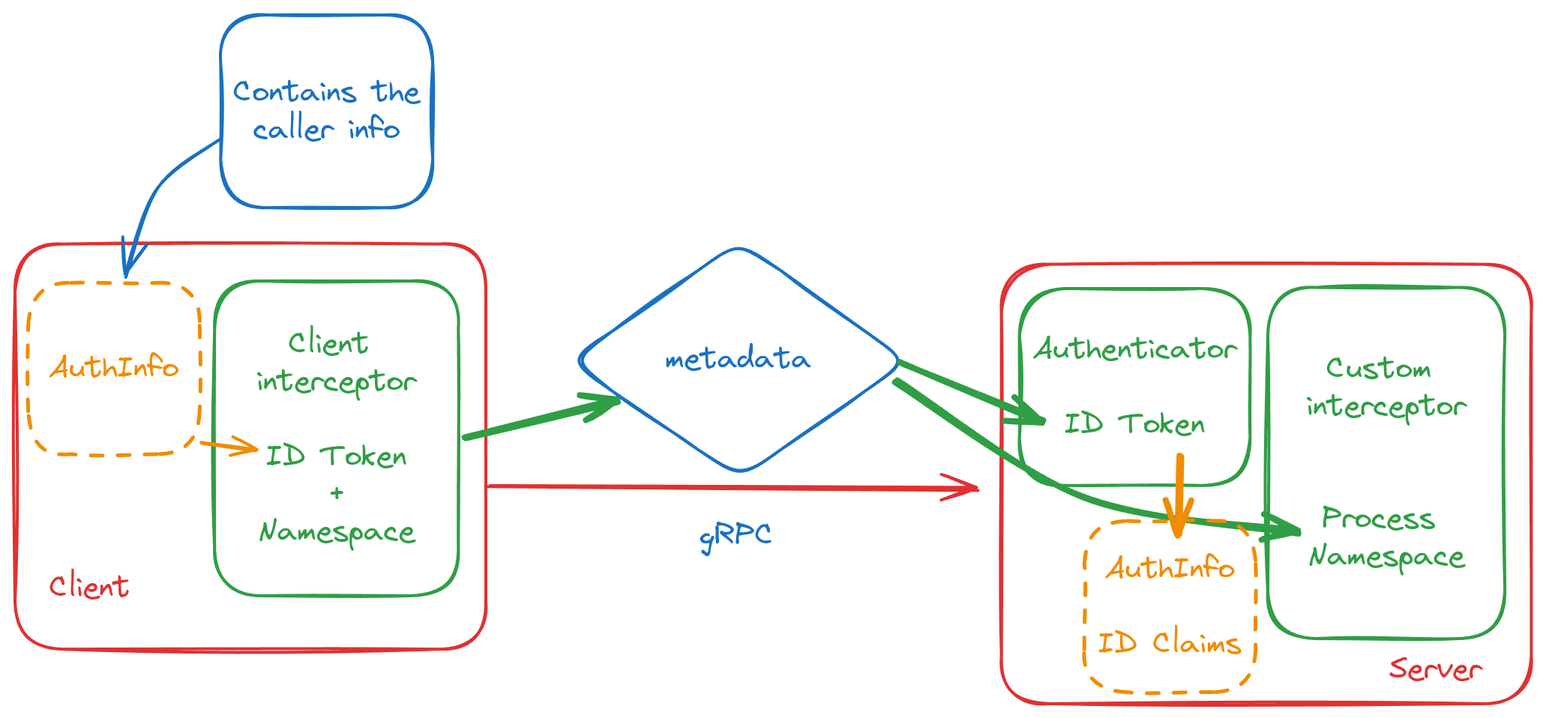
Earlier version of the Excalidraw export assets/custom-authentication-example.png (grafana/authlib). Source tidied: one line per element, renumbered; positions are measured from the earlier drawing's top-left corner, leaving out a move shared by most shapes. Its diagram source:
```json
{"id": 0, "type": "rectangle", "strokeColor": "#e03131", "strokeWidth": 2, "roughness": 1, "round": true, "x": 0, "y": 153, "width": 314, "height": 270}
{"id": 1, "type": "rectangle", "strokeColor": "#2f9e44", "strokeWidth": 2, "roughness": 1, "round": true, "x": 133, "y": 177, "width": 163, "height": 210}
{"id": 2, "type": "text", "text": "Client \ninterceptor\n\nID Token\n+\nNamespace", "strokeColor": "#2f9e44", "strokeWidth": 2, "roughness": 1, "fontSize": 20, "fontFamily": 1, "textAlign": "center", "verticalAlign": "middle", "inside": 1, "x": 160, "y": 207, "width": 108, "height": 150}
{"id": 3, "type": "rectangle", "strokeColor": "#f08c00", "strokeWidth": 2, "strokeStyle": "dashed", "roughness": 1, "round": true, "x": 9, "y": 179, "width": 114, "height": 114}
{"id": 4, "type": "text", "text": "AuthInfo", "strokeColor": "#f08c00", "strokeWidth": 2, "strokeStyle": "dashed", "roughness": 1, "fontSize": 20, "fontFamily": 1, "textAlign": "center", "verticalAlign": "middle", "inside": 3, "x": 22, "y": 223, "width": 88, "height": 25}
{"id": 5, "type": "arrow", "strokeColor": "#f08c00", "strokeWidth": 2, "roughness": 1, "endArrowhead": "arrow", "round": true, "from": 3, "to": 1, "x": 124, "y": 286, "width": 37, "height": 4, "points": [[0, 0], [37, 4]]}
{"id": 6, "type": "arrow", "strokeColor": "#e03131", "strokeWidth": 2, "roughness": 1, "endArrowhead": "arrow", "round": true, "x": 316, "y": 314, "width": 327, "height": 3, "points": [[0, 0], [327, 3]]}
{"id": 7, "type": "diamond", "strokeColor": "#1971c2", "strokeWidth": 2, "roughness": 1, "round": true, "x": 370, "y": 151, "width": 225, "height": 159}
{"id": 8, "type": "text", "text": "metadata", "strokeColor": "#1971c2", "strokeWidth": 2, "roughness": 1, "fontSize": 20, "fontFamily": 1, "textAlign": "center", "verticalAlign": "middle", "inside": 7, "x": 433, "y": 218, "width": 98, "height": 25}
{"id": 9, "type": "text", "text": "Client", "strokeColor": "#e03131", "strokeWidth": 2, "roughness": 1, "fontSize": 20, "fontFamily": 1, "x": 23, "y": 370, "width": 54, "height": 25}
{"id": 10, "type": "rectangle", "strokeColor": "#e03131", "strokeWidth": 2, "roughness": 1, "round": true, "x": 658, "y": 166, "width": 353, "height": 293}
{"id": 11, "type": "rectangle", "strokeColor": "#2f9e44", "strokeWidth": 2, "roughness": 1, "round": true, "x": 670, "y": 182, "width": 154, "height": 131}
{"id": 12, "type": "text", "text": "Authenticator\n\nID Token", "strokeColor": "#2f9e44", "strokeWidth": 2, "roughness": 1, "fontSize": 20, "fontFamily": 1, "textAlign": "center", "verticalAlign": "middle", "inside": 11, "x": 678, "y": 211, "width": 137, "height": 75}
{"id": 13, "type": "text", "text": "Server", "strokeColor": "#e03131", "strokeWidth": 2, "roughness": 1, "fontSize": 20, "fontFamily": 1, "x": 917, "y": 424, "width": 63, "height": 25}
{"id": 14, "type": "arrow", "strokeColor": "#2f9e44", "strokeWidth": 4, "roughness": 1, "endArrowhead": "arrow", "round": true, "from": 1, "to": 7, "x": 300, "y": 281, "width": 102, "height": 24, "points": [[0, 0], [102, -24]]}
{"id": 15, "type": "arrow", "strokeColor": "#2f9e44", "strokeWidth": 4, "roughness": 1, "endArrowhead": "arrow", "round": true, "from": 7, "to": 11, "x": 590, "y": 232, "width": 95, "height": 39, "points": [[0, 0], [95, 39]]}
{"id": 16, "type": "text", "text": "gRPC", "strokeColor": "#1971c2", "strokeWidth": 4, "roughness": 1, "fontSize": 20, "fontFamily": 1, "x": 457, "y": 335, "width": 50, "height": 25}
{"id": 17, "type": "arrow", "strokeColor": "#1971c2", "strokeWidth": 2, "roughness": 1, "endArrowhead": "arrow", "round": true, "from": 18, "x": 136, "y": 84, "width": 63, "height": 91, "points": [[0, 0], [-41, 32], [-63, 91]]}
{"id": 18, "type": "rectangle", "strokeColor": "#1971c2", "strokeWidth": 2, "roughness": 1, "round": true, "x": 137, "y": 0, "width": 141, "height": 129}
{"id": 19, "type": "text", "text": "Contains the\ncaller info", "strokeColor": "#1971c2", "strokeWidth": 2, "roughness": 1, "fontSize": 20, "fontFamily": 1, "textAlign": "center", "verticalAlign": "middle", "inside": 18, "x": 145, "y": 39, "width": 126, "height": 50}
{"id": 20, "type": "rectangle", "strokeColor": "#2f9e44", "strokeWidth": 2, "roughness": 1, "round": true, "x": 835, "y": 182, "width": 158, "height": 234}
{"id": 21, "type": "text", "text": "Custom \ninterceptor\n\n\nProcess \nNamespace", "strokeColor": "#2f9e44", "strokeWidth": 2, "roughness": 1, "fontSize": 20, "fontFamily": 1, "textAlign": "center", "verticalAlign": "middle", "inside": 20, "x": 861, "y": 224, "width": 108, "height": 150}
{"id": 22, "type": "arrow", "strokeColor": "#2f9e44", "strokeWidth": 4, "roughness": 1, "endArrowhead": "arrow", "round": true, "from": 7, "to": 20, "x": 588, "y": 245, "width": 267, "height": 100, "points": [[0, 0], [125, 76], [267, 100]]}
{"id": 23, "type": "rectangle", "strokeColor": "#f08c00", "strokeWidth": 2, "strokeStyle": "dashed", "roughness": 1, "round": true, "x": 713, "y": 337, "width": 114, "height": 114}
{"id": 24, "type": "text", "text": "AuthInfo\n\nID Claims", "strokeColor": "#f08c00", "strokeWidth": 2, "strokeStyle": "dashed", "roughness": 1, "fontSize": 20, "fontFamily": 1, "textAlign": "center", "verticalAlign": "middle", "inside": 23, "x": 722, "y": 357, "width": 96, "height": 75}
{"id": 25, "type": "arrow", "strokeColor": "#f08c00", "strokeWidth": 4, "roughness": 1, "endArrowhead": "arrow", "round": true, "from": 11, "to": 23, "x": 777, "y": 294, "width": 1, "height": 53, "points": [[0, 0], [-1, 53]]}
```
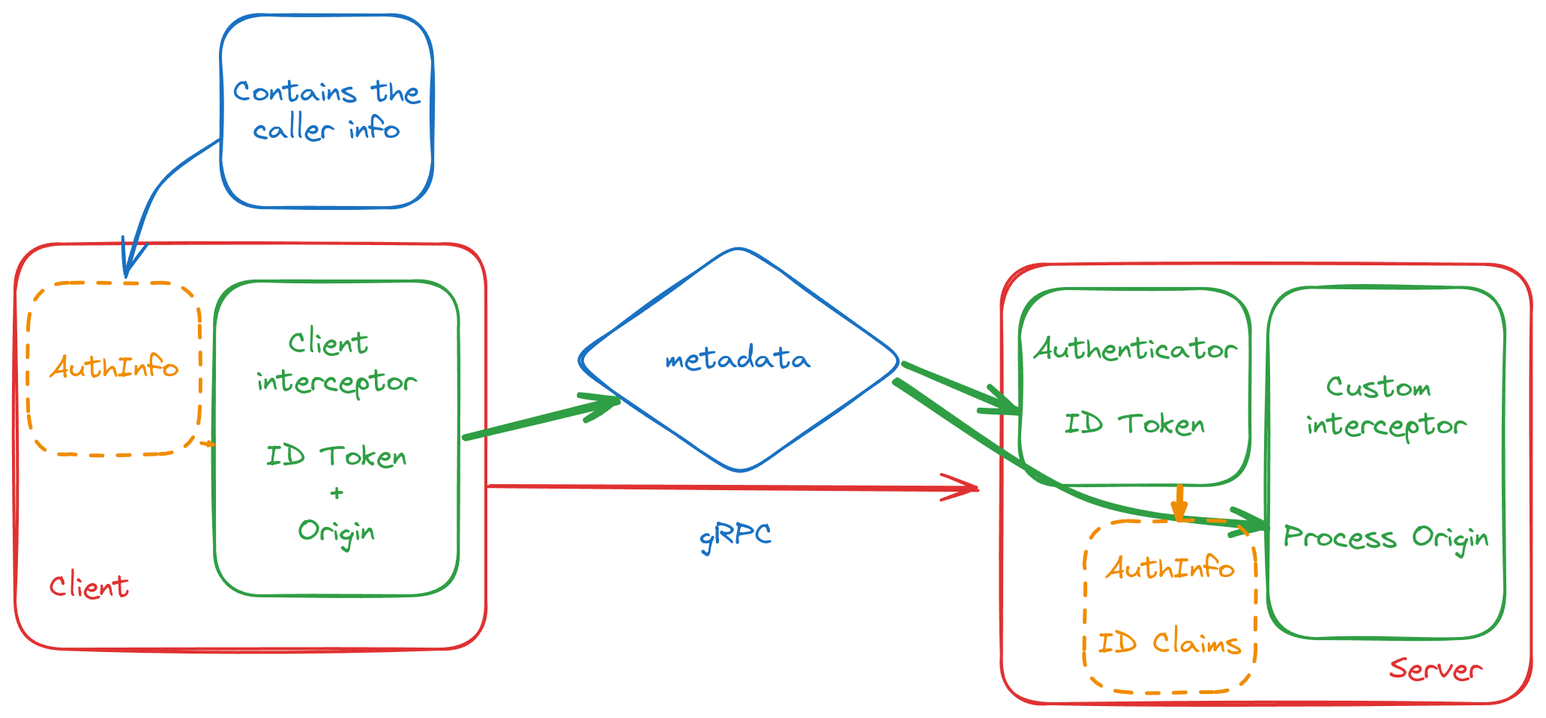
Above is the later version.

Commit message:
Update README and examples to work with Namespace

The edit, as a diff of the source:
```diff
@@ -1,9 +1,9 @@
 {"id": 0, "type": "rectangle", "strokeColor": "#e03131", "strokeWidth": 2, "roughness": 1, "round": true, "x": 0, "y": 153, "width": 314, "height": 270}
 {"id": 1, "type": "rectangle", "strokeColor": "#2f9e44", "strokeWidth": 2, "roughness": 1, "round": true, "x": 133, "y": 177, "width": 163, "height": 210}
-{"id": 2, "type": "text", "text": "Client \ninterceptor\n\nID Token\n+\nNamespace", "strokeColor": "#2f9e44", "strokeWidth": 2, "roughness": 1, "fontSize": 20, "fontFamily": 1, "textAlign": "center", "verticalAlign": "middle", "inside": 1, "x": 160, "y": 207, "width": 108, "height": 150}
+{"id": 2, "type": "text", "text": "Client \ninterceptor\n\nID Token\n+\nOrigin", "strokeColor": "#2f9e44", "strokeWidth": 2, "roughness": 1, "fontSize": 20, "fontFamily": 1, "textAlign": "center", "verticalAlign": "middle", "inside": 1, "x": 160, "y": 207, "width": 108, "height": 150}
 {"id": 3, "type": "rectangle", "strokeColor": "#f08c00", "strokeWidth": 2, "strokeStyle": "dashed", "roughness": 1, "round": true, "x": 9, "y": 179, "width": 114, "height": 114}
 {"id": 4, "type": "text", "text": "AuthInfo", "strokeColor": "#f08c00", "strokeWidth": 2, "strokeStyle": "dashed", "roughness": 1, "fontSize": 20, "fontFamily": 1, "textAlign": "center", "verticalAlign": "middle", "inside": 3, "x": 22, "y": 223, "width": 88, "height": 25}
-{"id": 5, "type": "arrow", "strokeColor": "#f08c00", "strokeWidth": 2, "roughness": 1, "endArrowhead": "arrow", "round": true, "from": 3, "to": 1, "x": 124, "y": 286, "width": 37, "height": 4, "points": [[0, 0], [37, 4]]}
+{"id": 5, "type": "arrow", "strokeColor": "#f08c00", "strokeWidth": 2, "roughness": 1, "endArrowhead": "arrow", "round": true, "from": 3, "to": 1, "x": 124, "y": 286, "width": 8, "height": 1, "points": [[0, 0], [8, 1]]}
 {"id": 6, "type": "arrow", "strokeColor": "#e03131", "strokeWidth": 2, "roughness": 1, "endArrowhead": "arrow", "round": true, "x": 316, "y": 314, "width": 327, "height": 3, "points": [[0, 0], [327, 3]]}
 {"id": 7, "type": "diamond", "strokeColor": "#1971c2", "strokeWidth": 2, "roughness": 1, "round": true, "x": 370, "y": 151, "width": 225, "height": 159}
 {"id": 8, "type": "text", "text": "metadata", "strokeColor": "#1971c2", "strokeWidth": 2, "roughness": 1, "fontSize": 20, "fontFamily": 1, "textAlign": "center", "verticalAlign": "middle", "inside": 7, "x": 433, "y": 218, "width": 98, "height": 25}
@@ -13,14 +13,14 @@
 {"id": 12, "type": "text", "text": "Authenticator\n\nID Token", "strokeColor": "#2f9e44", "strokeWidth": 2, "roughness": 1, "fontSize": 20, "fontFamily": 1, "textAlign": "center", "verticalAlign": "middle", "inside": 11, "x": 678, "y": 211, "width": 137, "height": 75}
 {"id": 13, "type": "text", "text": "Server", "strokeColor": "#e03131", "strokeWidth": 2, "roughness": 1, "fontSize": 20, "fontFamily": 1, "x": 917, "y": 424, "width": 63, "height": 25}
 {"id": 14, "type": "arrow", "strokeColor": "#2f9e44", "strokeWidth": 4, "roughness": 1, "endArrowhead": "arrow", "round": true, "from": 1, "to": 7, "x": 300, "y": 281, "width": 102, "height": 24, "points": [[0, 0], [102, -24]]}
-{"id": 15, "type": "arrow", "strokeColor": "#2f9e44", "strokeWidth": 4, "roughness": 1, "endArrowhead": "arrow", "round": true, "from": 7, "to": 11, "x": 590, "y": 232, "width": 95, "height": 39, "points": [[0, 0], [95, 39]]}
+{"id": 15, "type": "arrow", "strokeColor": "#2f9e44", "strokeWidth": 4, "roughness": 1, "endArrowhead": "arrow", "round": true, "from": 7, "to": 11, "x": 593, "y": 233, "width": 76, "height": 31, "points": [[0, 0], [76, 31]]}
 {"id": 16, "type": "text", "text": "gRPC", "strokeColor": "#1971c2", "strokeWidth": 4, "roughness": 1, "fontSize": 20, "fontFamily": 1, "x": 457, "y": 335, "width": 50, "height": 25}
 {"id": 17, "type": "arrow", "strokeColor": "#1971c2", "strokeWidth": 2, "roughness": 1, "endArrowhead": "arrow", "round": true, "from": 18, "x": 136, "y": 84, "width": 63, "height": 91, "points": [[0, 0], [-41, 32], [-63, 91]]}
 {"id": 18, "type": "rectangle", "strokeColor": "#1971c2", "strokeWidth": 2, "roughness": 1, "round": true, "x": 137, "y": 0, "width": 141, "height": 129}
 {"id": 19, "type": "text", "text": "Contains the\ncaller info", "strokeColor": "#1971c2", "strokeWidth": 2, "roughness": 1, "fontSize": 20, "fontFamily": 1, "textAlign": "center", "verticalAlign": "middle", "inside": 18, "x": 145, "y": 39, "width": 126, "height": 50}
 {"id": 20, "type": "rectangle", "strokeColor": "#2f9e44", "strokeWidth": 2, "roughness": 1, "round": true, "x": 835, "y": 182, "width": 158, "height": 234}
-{"id": 21, "type": "text", "text": "Custom \ninterceptor\n\n\nProcess \nNamespace", "strokeColor": "#2f9e44", "strokeWidth": 2, "roughness": 1, "fontSize": 20, "fontFamily": 1, "textAlign": "center", "verticalAlign": "middle", "inside": 20, "x": 861, "y": 224, "width": 108, "height": 150}
+{"id": 21, "type": "text", "text": "Custom \ninterceptor\n\n\nProcess Origin", "strokeColor": "#2f9e44", "strokeWidth": 2, "roughness": 1, "fontSize": 20, "fontFamily": 1, "textAlign": "center", "verticalAlign": "middle", "inside": 20, "x": 846, "y": 236, "width": 137, "height": 125}
-{"id": 22, "type": "arrow", "strokeColor": "#2f9e44", "strokeWidth": 4, "roughness": 1, "endArrowhead": "arrow", "round": true, "from": 7, "to": 20, "x": 588, "y": 245, "width": 267, "height": 100, "points": [[0, 0], [125, 76], [267, 100]]}
+{"id": 22, "type": "arrow", "strokeColor": "#2f9e44", "strokeWidth": 4, "roughness": 1, "endArrowhead": "arrow", "round": true, "from": 7, "to": 20, "x": 588, "y": 245, "width": 247, "height": 97, "points": [[0, 0], [125, 76], [247, 97]]}
 {"id": 23, "type": "rectangle", "strokeColor": "#f08c00", "strokeWidth": 2, "strokeStyle": "dashed", "roughness": 1, "round": true, "x": 713, "y": 337, "width": 114, "height": 114}
 {"id": 24, "type": "text", "text": "AuthInfo\n\nID Claims", "strokeColor": "#f08c00", "strokeWidth": 2, "strokeStyle": "dashed", "roughness": 1, "fontSize": 20, "fontFamily": 1, "textAlign": "center", "verticalAlign": "middle", "inside": 23, "x": 722, "y": 357, "width": 96, "height": 75}
-{"id": 25, "type": "arrow", "strokeColor": "#f08c00", "strokeWidth": 4, "roughness": 1, "endArrowhead": "arrow", "round": true, "from": 11, "to": 23, "x": 777, "y": 294, "width": 1, "height": 53, "points": [[0, 0], [-1, 53]]}
+{"id": 25, "type": "arrow", "strokeColor": "#f08c00", "strokeWidth": 4, "roughness": 1, "endArrowhead": "arrow", "round": true, "from": 11, "to": 23, "x": 777, "y": 315, "width": 0, "height": 22, "points": [[0, 0], [0, 22]]}
```
